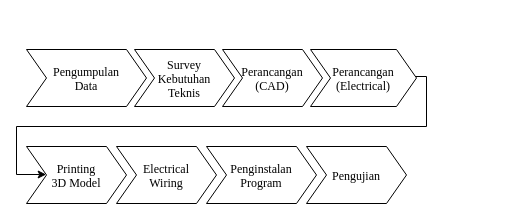
Before: Untitled Diagram.drawio in Caturwardana/DIAGRAM, a draw.io diagram. Source tidied: cells renumbered, new cells numbered last; positions are measured from the earlier drawing's top-left corner, leaving out a move shared by most shapes. Both pictures are drawn from the tidied source at 100%, with x=0, y=0 at pixel (16, 16).
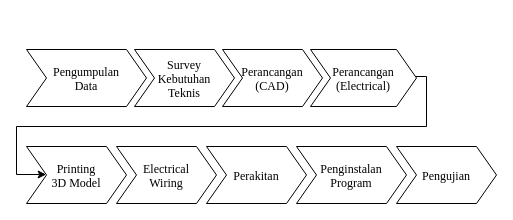
Above is the later version.

Change to the diagram source:
```diff
@@
 <mxGraphModel>
   <root>
     <mxCell id="0" />
     <mxCell id="1" parent="0" />
     <mxCell id="2" style="swimlane;horizontal=1;fillColor=none;strokeColor=none;stackBorder=10;align=center;fontColor=#000000;fontFamily=Times New Roman;" parent="1" vertex="1">
       <mxGeometry width="410" height="100" as="geometry" />
     </mxCell>
     <mxCell id="3" value="Pengumpulan&#10;Data" style="shape=step;perimeter=stepPerimeter;fixedSize=1;fontFamily=Times New Roman;" parent="2" vertex="1">
       <mxGeometry x="10" y="33" width="120" height="57" as="geometry" />
     </mxCell>
     <mxCell id="4" value="Survey&#10;Kebutuhan&#10;Teknis" style="shape=step;perimeter=stepPerimeter;fixedSize=1;fontFamily=Times New Roman;" parent="2" vertex="1">
       <mxGeometry x="118" y="33" width="100" height="57" as="geometry" />
     </mxCell>
     <mxCell id="5" value="Perancangan&#10;(CAD)" style="shape=step;perimeter=stepPerimeter;fixedSize=1;fontFamily=Times New Roman;" parent="2" vertex="1">
       <mxGeometry x="206" y="33" width="100" height="57" as="geometry" />
     </mxCell>
     <mxCell id="6" value="Perancangan&#10;(Electrical)" style="shape=step;perimeter=stepPerimeter;fixedSize=1;points=[];fontFamily=Times New Roman;" parent="2" vertex="1">
       <mxGeometry x="294" y="33" width="106" height="57" as="geometry" />
     </mxCell>
     <mxCell id="7" value="Printing&#10;3D Model" style="shape=step;perimeter=stepPerimeter;fixedSize=1;points=[];fontFamily=Times New Roman;" parent="1" vertex="1">
       <mxGeometry x="10" y="130" width="100" height="57" as="geometry" />
     </mxCell>
     <mxCell id="8" value="Electrical&#10;Wiring" style="shape=step;perimeter=stepPerimeter;fixedSize=1;fontFamily=Times New Roman;" parent="1" vertex="1">
       <mxGeometry x="100" y="130" width="100" height="57" as="geometry" />
     </mxCell>
     <mxCell id="9" style="edgeStyle=orthogonalEdgeStyle;rounded=0;jettySize=auto;html=1;fontFamily=Times New Roman;" parent="1" edge="1" source="6" target="7">
       <mxGeometry relative="1" as="geometry">
         <Array as="points">
           <mxPoint x="410" y="60" />
           <mxPoint x="410" y="110" />
           <mxPoint y="110" />
           <mxPoint y="158" />
         </Array>
       </mxGeometry>
     </mxCell>
     <mxCell id="10" value="Penginstalan&#10;Program" style="shape=step;perimeter=stepPerimeter;fixedSize=1;fontFamily=Times New Roman;" parent="1" vertex="1">
-      <mxGeometry x="190" y="130" width="110" height="57" as="geometry" />
+      <mxGeometry x="280" y="130" width="110" height="57" as="geometry" />
     </mxCell>
     <mxCell id="11" value="Pengujian" style="shape=step;perimeter=stepPerimeter;fixedSize=1;fontFamily=Times New Roman;" parent="1" vertex="1">
-      <mxGeometry x="290" y="130" width="100" height="57" as="geometry" />
+      <mxGeometry x="380" y="130" width="100" height="57" as="geometry" />
     </mxCell>
+    <mxCell id="12" value="Perakitan" style="shape=step;perimeter=stepPerimeter;fixedSize=1;fontFamily=Times New Roman;" parent="1" vertex="1">
+      <mxGeometry x="190" y="130" width="100" height="57" as="geometry" />
+    </mxCell>
   </root>
 </mxGraphModel>
```
